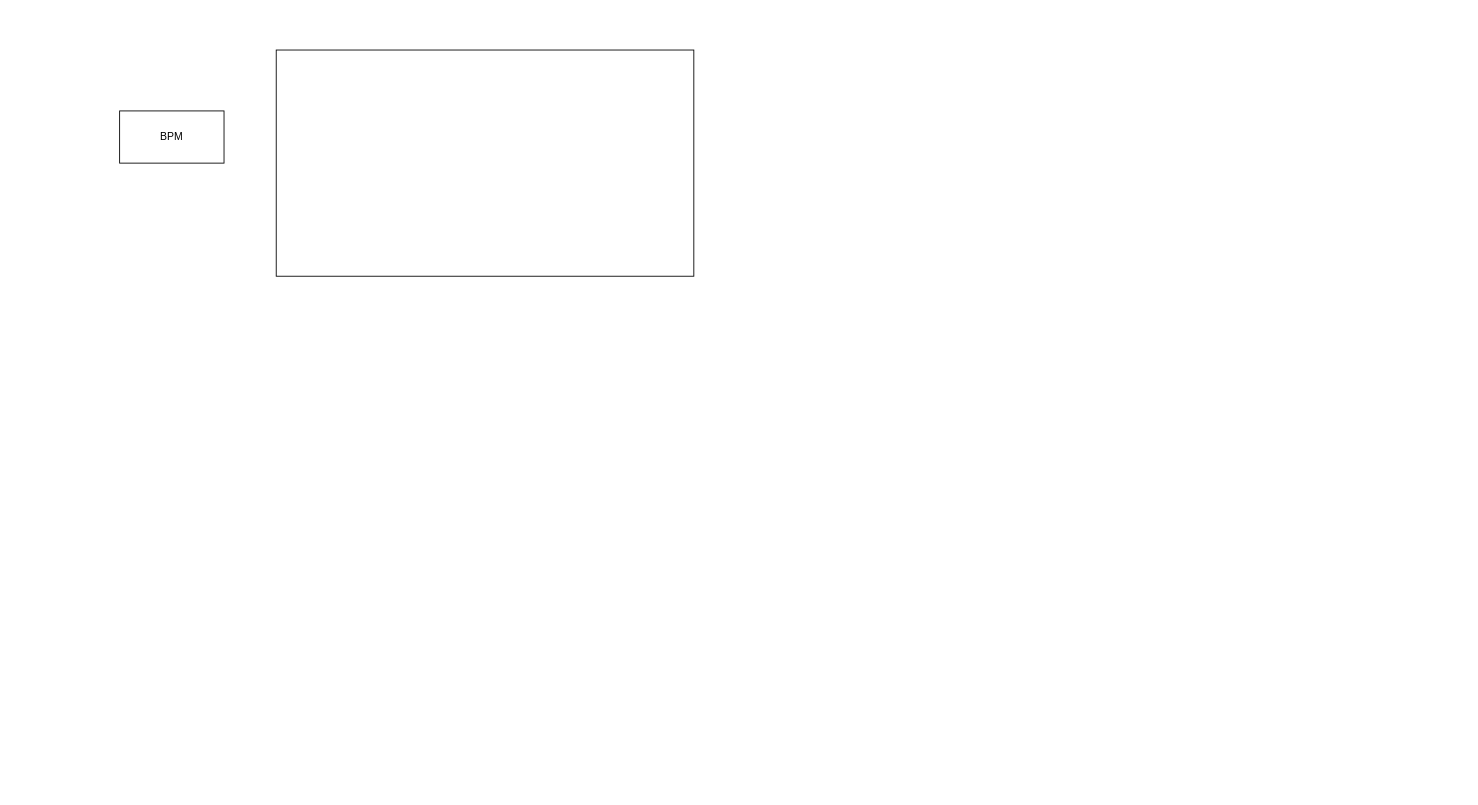
Above: 现货业务系统架构示意图.drawio in CielChen/CounterBusiness (draw.io), before the change. Source tidied: cells renumbered, new cells numbered last; positions are measured from the earlier drawing's top-left corner, leaving out a move shared by most shapes. Both pictures are drawn from the tidied source at 87%, with x=0, y=0 at pixel (119, 50).
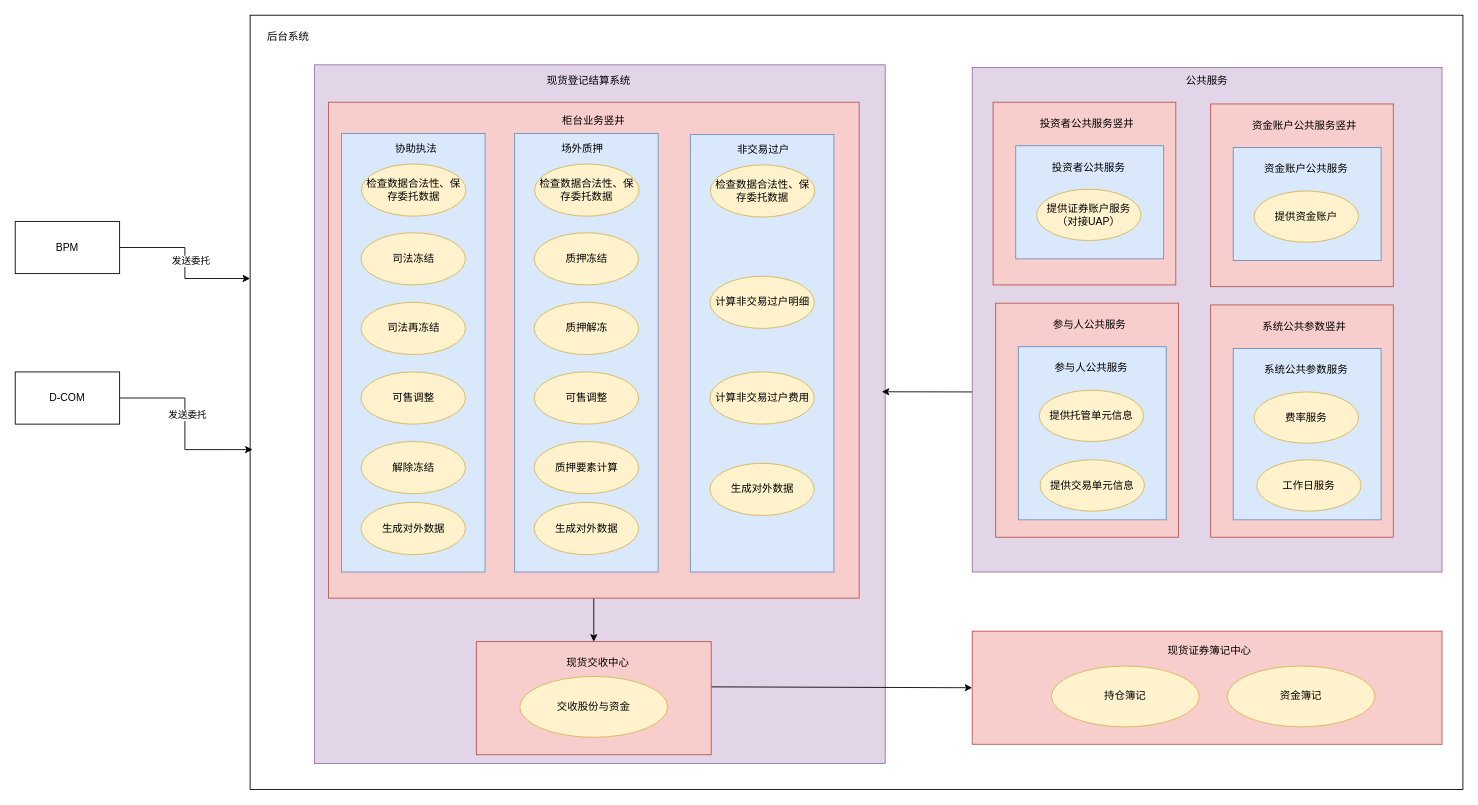
After the change.

Commit message:
更新现货业务系统架构示意图.drawio

Diff of the diagram source:
```diff
@@
+    <mxCell id="3" style="rounded=0;whiteSpace=wrap;html=1;" parent="1" vertex="1">
+      <mxGeometry x="150" y="-40" width="1394" height="890" as="geometry" />
+    </mxCell>
     <mxCell id="2" value="BPM" style="rounded=0;whiteSpace=wrap;html=1;" parent="1" vertex="1">
-      <mxGeometry y="70" width="120" height="60" as="geometry" />
+      <mxGeometry x="-120" y="197" width="120" height="60" as="geometry" />
     </mxCell>
-    <mxCell id="3" style="rounded=0;whiteSpace=wrap;html=1;" parent="1" vertex="1">
-      <mxGeometry x="180" width="480" height="260" as="geometry" />
-    </mxCell>
+    <mxCell id="4" value="后台系统" style="text;strokeColor=none;align=center;fillColor=none;html=1;verticalAlign=middle;whiteSpace=wrap;rounded=0;" parent="1" vertex="1">
+      <mxGeometry x="164" y="-30" width="60" height="30" as="geometry" />
+    </mxCell>
+    <mxCell id="5" style="rounded=0;whiteSpace=wrap;html=1;fillColor=#e1d5e7;strokeColor=#9673a6;" parent="1" vertex="1">
+      <mxGeometry x="224" y="17" width="656" height="803" as="geometry" />
+    </mxCell>
+    <mxCell id="6" value="现货登记结算系统" style="text;strokeColor=none;align=center;fillColor=none;html=1;verticalAlign=middle;whiteSpace=wrap;rounded=0;" parent="1" vertex="1">
+      <mxGeometry x="477" y="20" width="125" height="30" as="geometry" />
+    </mxCell>
+    <mxCell id="7" style="edgeStyle=orthogonalEdgeStyle;rounded=0;jettySize=auto;html=1;exitX=0.5;exitY=1;exitDx=0;exitDy=0;entryX=0.5;entryY=0;entryDx=0;entryDy=0;" parent="1" edge="1" source="8" target="63">
+      <mxGeometry relative="1" as="geometry" />
+    </mxCell>
+    <mxCell id="8" style="rounded=0;whiteSpace=wrap;html=1;fillColor=#f8cecc;strokeColor=#b85450;" parent="1" vertex="1">
+      <mxGeometry x="240" y="60" width="610" height="570" as="geometry" />
+    </mxCell>
+    <mxCell id="9" value="柜台业务竖井" style="text;strokeColor=none;align=center;fillColor=none;html=1;verticalAlign=middle;whiteSpace=wrap;rounded=0;" parent="1" vertex="1">
+      <mxGeometry x="495" y="66" width="100" height="30" as="geometry" />
+    </mxCell>
+    <mxCell id="10" style="rounded=0;whiteSpace=wrap;html=1;fillColor=#dae8fc;strokeColor=#6c8ebf;" parent="1" vertex="1">
+      <mxGeometry x="255" y="96" width="165" height="504" as="geometry" />
+    </mxCell>
+    <mxCell id="11" value="协助执法" style="text;strokeColor=none;align=center;fillColor=none;html=1;verticalAlign=middle;whiteSpace=wrap;rounded=0;" parent="1" vertex="1">
+      <mxGeometry x="311" y="99" width="60" height="30" as="geometry" />
+    </mxCell>
+    <mxCell id="12" value="检查数据合法性、保存委托数据" style="ellipse;whiteSpace=wrap;html=1;fillColor=#fff2cc;strokeColor=#d6b656;" parent="1" vertex="1">
+      <mxGeometry x="278" y="131" width="120" height="60" as="geometry" />
+    </mxCell>
+    <mxCell id="13" value="生成对外数据" style="ellipse;whiteSpace=wrap;html=1;fillColor=#fff2cc;strokeColor=#d6b656;" parent="1" vertex="1">
+      <mxGeometry x="277.5" y="520" width="120" height="60" as="geometry" />
+    </mxCell>
+    <mxCell id="14" value="司法冻结" style="ellipse;whiteSpace=wrap;html=1;fillColor=#fff2cc;strokeColor=#d6b656;" parent="1" vertex="1">
+      <mxGeometry x="277.5" y="210" width="120" height="60" as="geometry" />
+    </mxCell>
+    <mxCell id="15" value="司法再冻结" style="ellipse;whiteSpace=wrap;html=1;fillColor=#fff2cc;strokeColor=#d6b656;" parent="1" vertex="1">
+      <mxGeometry x="277.5" y="290" width="120" height="60" as="geometry" />
+    </mxCell>
+    <mxCell id="16" value="可售调整" style="ellipse;whiteSpace=wrap;html=1;fillColor=#fff2cc;strokeColor=#d6b656;" parent="1" vertex="1">
+      <mxGeometry x="277.5" y="370" width="120" height="60" as="geometry" />
+    </mxCell>
+    <mxCell id="17" value="解除冻结" style="ellipse;whiteSpace=wrap;html=1;fillColor=#fff2cc;strokeColor=#d6b656;" parent="1" vertex="1">
+      <mxGeometry x="277.5" y="450" width="120" height="60" as="geometry" />
+    </mxCell>
+    <mxCell id="18" style="rounded=0;whiteSpace=wrap;html=1;fillColor=#dae8fc;strokeColor=#6c8ebf;" parent="1" vertex="1">
+      <mxGeometry x="454" y="96" width="165" height="504" as="geometry" />
+    </mxCell>
+    <mxCell id="19" value="场外质押" style="text;strokeColor=none;align=center;fillColor=none;html=1;verticalAlign=middle;whiteSpace=wrap;rounded=0;" parent="1" vertex="1">
+      <mxGeometry x="502" y="99" width="60" height="30" as="geometry" />
+    </mxCell>
+    <mxCell id="20" value="检查数据合法性、保存委托数据" style="ellipse;whiteSpace=wrap;html=1;fillColor=#fff2cc;strokeColor=#d6b656;" parent="1" vertex="1">
+      <mxGeometry x="477" y="131" width="120" height="60" as="geometry" />
+    </mxCell>
+    <mxCell id="21" value="生成对外数据" style="ellipse;whiteSpace=wrap;html=1;fillColor=#fff2cc;strokeColor=#d6b656;" parent="1" vertex="1">
+      <mxGeometry x="476.5" y="520" width="120" height="60" as="geometry" />
+    </mxCell>
+    <mxCell id="22" value="质押冻结" style="ellipse;whiteSpace=wrap;html=1;fillColor=#fff2cc;strokeColor=#d6b656;" parent="1" vertex="1">
+      <mxGeometry x="476.5" y="210" width="120" height="60" as="geometry" />
+    </mxCell>
+    <mxCell id="23" value="质押解冻" style="ellipse;whiteSpace=wrap;html=1;fillColor=#fff2cc;strokeColor=#d6b656;" parent="1" vertex="1">
+      <mxGeometry x="476.5" y="290" width="120" height="60" as="geometry" />
+    </mxCell>
+    <mxCell id="24" value="可售调整" style="ellipse;whiteSpace=wrap;html=1;fillColor=#fff2cc;strokeColor=#d6b656;" parent="1" vertex="1">
+      <mxGeometry x="476.5" y="370" width="120" height="60" as="geometry" />
+    </mxCell>
+    <mxCell id="25" value="质押要素计算" style="ellipse;whiteSpace=wrap;html=1;fillColor=#fff2cc;strokeColor=#d6b656;" parent="1" vertex="1">
+      <mxGeometry x="476.5" y="450" width="120" height="60" as="geometry" />
+    </mxCell>
+    <mxCell id="26" style="rounded=0;whiteSpace=wrap;html=1;fillColor=#dae8fc;strokeColor=#6c8ebf;" parent="1" vertex="1">
+      <mxGeometry x="656" y="97" width="165" height="503" as="geometry" />
+    </mxCell>
+    <mxCell id="27" value="非交易过户" style="text;strokeColor=none;align=center;fillColor=none;html=1;verticalAlign=middle;whiteSpace=wrap;rounded=0;" parent="1" vertex="1">
+      <mxGeometry x="700" y="100" width="80" height="30" as="geometry" />
+    </mxCell>
+    <mxCell id="28" value="检查数据合法性、保存委托数据" style="ellipse;whiteSpace=wrap;html=1;fillColor=#fff2cc;strokeColor=#d6b656;" parent="1" vertex="1">
+      <mxGeometry x="679" y="132" width="120" height="60" as="geometry" />
+    </mxCell>
+    <mxCell id="29" value="生成对外数据" style="ellipse;whiteSpace=wrap;html=1;fillColor=#fff2cc;strokeColor=#d6b656;" parent="1" vertex="1">
+      <mxGeometry x="678.5" y="475" width="120" height="60" as="geometry" />
+    </mxCell>
+    <mxCell id="30" value="计算非交易过户明细" style="ellipse;whiteSpace=wrap;html=1;fillColor=#fff2cc;strokeColor=#d6b656;" parent="1" vertex="1">
+      <mxGeometry x="678.5" y="260" width="120" height="60" as="geometry" />
+    </mxCell>
+    <mxCell id="31" value="计算非交易过户费用" style="ellipse;whiteSpace=wrap;html=1;fillColor=#fff2cc;strokeColor=#d6b656;" parent="1" vertex="1">
+      <mxGeometry x="678.5" y="370" width="120" height="60" as="geometry" />
+    </mxCell>
+    <mxCell id="32" style="edgeStyle=orthogonalEdgeStyle;rounded=0;jettySize=auto;html=1;exitX=1;exitY=0.5;exitDx=0;exitDy=0;entryX=0.002;entryY=0.561;entryDx=0;entryDy=0;entryPerimeter=0;" parent="1" edge="1" source="34" target="3">
+      <mxGeometry relative="1" as="geometry" />
+    </mxCell>
+    <mxCell id="33" value="发送委托" style="edgeLabel;html=1;align=center;verticalAlign=middle;" parent="32" vertex="1">
+      <mxGeometry x="-0.11" y="2" relative="1" as="geometry" />
+    </mxCell>
+    <mxCell id="34" value="D-COM" style="rounded=0;whiteSpace=wrap;html=1;" parent="1" vertex="1">
+      <mxGeometry x="-120" y="370" width="120" height="60" as="geometry" />
+    </mxCell>
+    <mxCell id="35" style="edgeStyle=orthogonalEdgeStyle;rounded=0;jettySize=auto;html=1;exitX=1;exitY=0.5;exitDx=0;exitDy=0;entryX=0;entryY=0.34;entryDx=0;entryDy=0;entryPerimeter=0;" parent="1" edge="1" source="2" target="3">
+      <mxGeometry relative="1" as="geometry" />
+    </mxCell>
+    <mxCell id="36" value="发送委托" style="edgeLabel;html=1;align=center;verticalAlign=middle;" parent="35" vertex="1">
+      <mxGeometry x="0.01" y="3" relative="1" as="geometry">
+        <mxPoint x="3" y="-4" as="offset" />
+      </mxGeometry>
+    </mxCell>
+    <mxCell id="37" style="rounded=0;whiteSpace=wrap;html=1;fillColor=#e1d5e7;strokeColor=#9673a6;" parent="1" vertex="1">
+      <mxGeometry x="980" y="20" width="540" height="580" as="geometry" />
+    </mxCell>
+    <mxCell id="38" value="公共服务" style="text;strokeColor=none;align=center;fillColor=none;html=1;verticalAlign=middle;whiteSpace=wrap;rounded=0;" parent="1" vertex="1">
+      <mxGeometry x="1220" y="20" width="60" height="30" as="geometry" />
+    </mxCell>
+    <mxCell id="39" style="rounded=0;whiteSpace=wrap;html=1;fillColor=#f8cecc;strokeColor=#b85450;" parent="1" vertex="1">
+      <mxGeometry x="1004" y="60" width="210" height="210" as="geometry" />
+    </mxCell>
+    <mxCell id="40" value="投资者公共服务竖井" style="text;strokeColor=none;align=center;fillColor=none;html=1;verticalAlign=middle;whiteSpace=wrap;rounded=0;" parent="1" vertex="1">
+      <mxGeometry x="1047" y="70" width="130" height="30" as="geometry" />
+    </mxCell>
+    <mxCell id="41" style="rounded=0;whiteSpace=wrap;html=1;fillColor=#dae8fc;strokeColor=#6c8ebf;" parent="1" vertex="1">
+      <mxGeometry x="1030" y="110" width="170" height="130" as="geometry" />
+    </mxCell>
+    <mxCell id="42" value="提供证券账户服务（对接UAP）" style="ellipse;whiteSpace=wrap;html=1;fillColor=#fff2cc;strokeColor=#d6b656;" parent="1" vertex="1">
+      <mxGeometry x="1054" y="160" width="120" height="59" as="geometry" />
+    </mxCell>
+    <mxCell id="43" value="投资者公共服务" style="text;strokeColor=none;align=center;fillColor=none;html=1;verticalAlign=middle;whiteSpace=wrap;rounded=0;" parent="1" vertex="1">
+      <mxGeometry x="1064" y="120" width="100" height="30" as="geometry" />
+    </mxCell>
+    <mxCell id="44" style="rounded=0;whiteSpace=wrap;html=1;fillColor=#f8cecc;strokeColor=#b85450;" parent="1" vertex="1">
+      <mxGeometry x="1007" y="291" width="210" height="269" as="geometry" />
+    </mxCell>
+    <mxCell id="45" value="参与人公共服务" style="text;strokeColor=none;align=center;fillColor=none;html=1;verticalAlign=middle;whiteSpace=wrap;rounded=0;" parent="1" vertex="1">
+      <mxGeometry x="1050" y="301" width="130" height="30" as="geometry" />
+    </mxCell>
+    <mxCell id="46" style="rounded=0;whiteSpace=wrap;html=1;fillColor=#dae8fc;strokeColor=#6c8ebf;" parent="1" vertex="1">
+      <mxGeometry x="1033" y="341" width="170" height="199" as="geometry" />
+    </mxCell>
+    <mxCell id="47" value="提供托管单元信息" style="ellipse;whiteSpace=wrap;html=1;fillColor=#fff2cc;strokeColor=#d6b656;" parent="1" vertex="1">
+      <mxGeometry x="1057" y="391" width="120" height="59" as="geometry" />
+    </mxCell>
+    <mxCell id="48" value="参与人公共服务" style="text;strokeColor=none;align=center;fillColor=none;html=1;verticalAlign=middle;whiteSpace=wrap;rounded=0;" parent="1" vertex="1">
+      <mxGeometry x="1067" y="351" width="100" height="30" as="geometry" />
+    </mxCell>
+    <mxCell id="49" style="rounded=0;whiteSpace=wrap;html=1;fillColor=#f8cecc;strokeColor=#b85450;fontStyle=1;" parent="1" vertex="1">
+      <mxGeometry x="1254" y="62" width="210" height="210" as="geometry" />
+    </mxCell>
+    <mxCell id="50" value="资金账户公共服务竖井" style="text;strokeColor=none;align=center;fillColor=none;html=1;verticalAlign=middle;whiteSpace=wrap;rounded=0;fontStyle=0;" parent="1" vertex="1">
+      <mxGeometry x="1297" y="72" width="130" height="30" as="geometry" />
+    </mxCell>
+    <mxCell id="51" style="rounded=0;whiteSpace=wrap;html=1;fillColor=#dae8fc;strokeColor=#6c8ebf;fontStyle=1;" parent="1" vertex="1">
+      <mxGeometry x="1280" y="112" width="170" height="130" as="geometry" />
+    </mxCell>
+    <mxCell id="52" value="提供资金账户" style="ellipse;whiteSpace=wrap;html=1;fillColor=#fff2cc;strokeColor=#d6b656;fontStyle=0;" parent="1" vertex="1">
+      <mxGeometry x="1304" y="162" width="120" height="59" as="geometry" />
+    </mxCell>
+    <mxCell id="53" value="资金账户公共服务" style="text;strokeColor=none;align=center;fillColor=none;html=1;verticalAlign=middle;whiteSpace=wrap;rounded=0;fontStyle=0;" parent="1" vertex="1">
+      <mxGeometry x="1314" y="122" width="100" height="30" as="geometry" />
+    </mxCell>
+    <mxCell id="54" style="rounded=0;whiteSpace=wrap;html=1;fillColor=#f8cecc;strokeColor=#b85450;" parent="1" vertex="1">
+      <mxGeometry x="1254" y="293" width="210" height="267" as="geometry" />
+    </mxCell>
+    <mxCell id="55" value="系统公共参数竖井" style="text;strokeColor=none;align=center;fillColor=none;html=1;verticalAlign=middle;whiteSpace=wrap;rounded=0;" parent="1" vertex="1">
+      <mxGeometry x="1297" y="303" width="130" height="30" as="geometry" />
+    </mxCell>
+    <mxCell id="56" style="rounded=0;whiteSpace=wrap;html=1;fillColor=#dae8fc;strokeColor=#6c8ebf;" parent="1" vertex="1">
+      <mxGeometry x="1280" y="343" width="170" height="197" as="geometry" />
+    </mxCell>
+    <mxCell id="57" value="费率服务" style="ellipse;whiteSpace=wrap;html=1;fillColor=#fff2cc;strokeColor=#d6b656;" parent="1" vertex="1">
+      <mxGeometry x="1304" y="393" width="120" height="59" as="geometry" />
+    </mxCell>
+    <mxCell id="58" value="系统公共参数服务" style="text;strokeColor=none;align=center;fillColor=none;html=1;verticalAlign=middle;whiteSpace=wrap;rounded=0;" parent="1" vertex="1">
+      <mxGeometry x="1314" y="353" width="100" height="30" as="geometry" />
+    </mxCell>
+    <mxCell id="59" value="提供交易单元信息" style="ellipse;whiteSpace=wrap;html=1;fillColor=#fff2cc;strokeColor=#d6b656;" parent="1" vertex="1">
+      <mxGeometry x="1058" y="471" width="120" height="59" as="geometry" />
+    </mxCell>
+    <mxCell id="60" value="工作日服务" style="ellipse;whiteSpace=wrap;html=1;fillColor=#fff2cc;strokeColor=#d6b656;" parent="1" vertex="1">
+      <mxGeometry x="1307" y="471" width="120" height="59" as="geometry" />
+    </mxCell>
+    <mxCell id="61" style="curved=1;endArrow=classic;html=1;rounded=0;entryX=0.994;entryY=0.468;entryDx=0;entryDy=0;entryPerimeter=0;" parent="1" edge="1" target="5">
+      <mxGeometry relative="1" as="geometry">
+        <mxPoint x="980" y="393" as="sourcePoint" />
+      </mxGeometry>
+    </mxCell>
+    <mxCell id="62" style="edgeStyle=orthogonalEdgeStyle;rounded=0;jettySize=auto;html=1;exitX=1;exitY=0.5;exitDx=0;exitDy=0;entryX=0;entryY=0.5;entryDx=0;entryDy=0;" parent="1" edge="1" target="66">
+      <mxGeometry relative="1" as="geometry">
+        <mxPoint x="680" y="732" as="sourcePoint" />
+      </mxGeometry>
+    </mxCell>
+    <mxCell id="63" style="rounded=0;whiteSpace=wrap;html=1;fillColor=#f8cecc;strokeColor=#b85450;" parent="1" vertex="1">
+      <mxGeometry x="410" y="680" width="270" height="130" as="geometry" />
+    </mxCell>
+    <mxCell id="64" value="现货交收中心" style="text;strokeColor=none;align=center;fillColor=none;html=1;verticalAlign=middle;whiteSpace=wrap;rounded=0;" parent="1" vertex="1">
+      <mxGeometry x="490" y="690" width="120" height="30" as="geometry" />
+    </mxCell>
+    <mxCell id="65" value="交收股份与资金" style="ellipse;whiteSpace=wrap;html=1;fillColor=#fff2cc;strokeColor=#d6b656;" parent="1" vertex="1">
+      <mxGeometry x="460" y="720" width="170" height="70" as="geometry" />
+    </mxCell>
+    <mxCell id="66" style="rounded=0;whiteSpace=wrap;html=1;fillColor=#f8cecc;strokeColor=#b85450;" parent="1" vertex="1">
+      <mxGeometry x="980" y="668" width="540" height="130" as="geometry" />
+    </mxCell>
+    <mxCell id="67" value="现货证券簿记中心" style="text;strokeColor=none;align=center;fillColor=none;html=1;verticalAlign=middle;whiteSpace=wrap;rounded=0;" parent="1" vertex="1">
+      <mxGeometry x="1193" y="675" width="120" height="32" as="geometry" />
+    </mxCell>
+    <mxCell id="68" value="持仓簿记" style="ellipse;whiteSpace=wrap;html=1;fillColor=#fff2cc;strokeColor=#d6b656;" parent="1" vertex="1">
+      <mxGeometry x="1071" y="708" width="170" height="70" as="geometry" />
+    </mxCell>
+    <mxCell id="69" value="资金簿记" style="ellipse;whiteSpace=wrap;html=1;fillColor=#fff2cc;strokeColor=#d6b656;" parent="1" vertex="1">
+      <mxGeometry x="1273" y="708" width="170" height="70" as="geometry" />
+    </mxCell>
```
